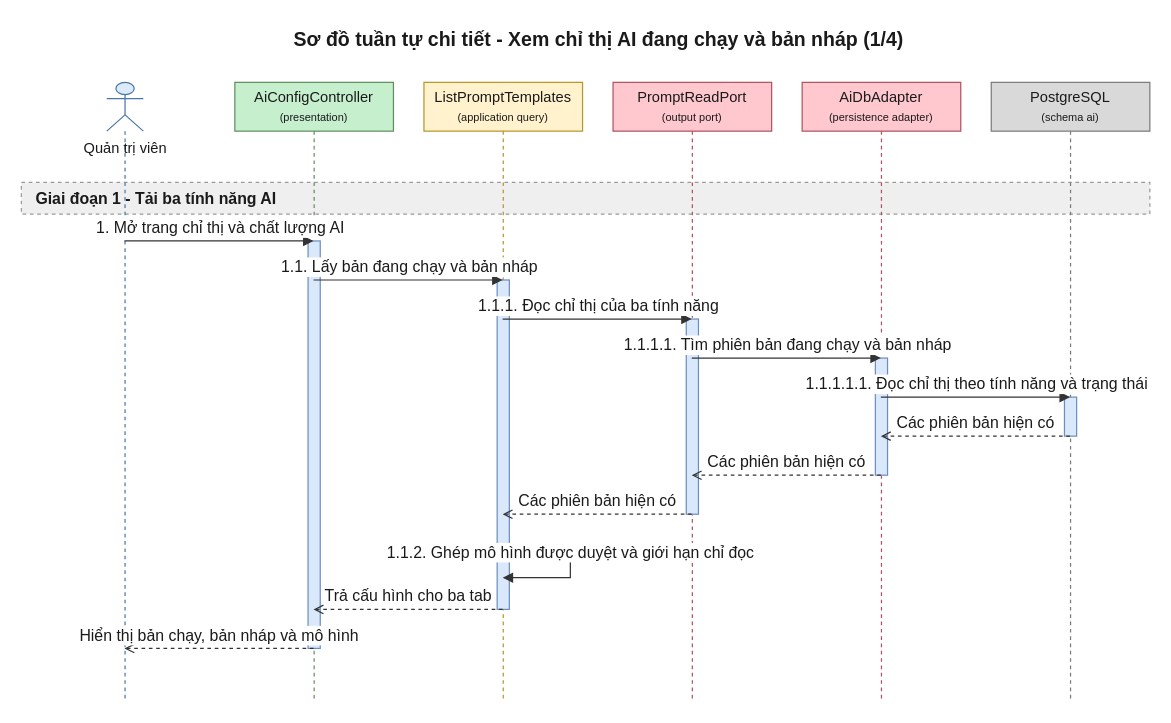
Earlier version of the draw.io diagram 08-diagram/sequence/admin/sequence_admin_cau_hinh_prompt_ai_p1.drawio (daiphu1801/PRJ_ALGOPREP). Source tidied: cells renumbered, new cells numbered last; positions are measured from the earlier drawing's top-left corner, leaving out a move shared by most shapes. Both pictures are drawn from the tidied source at 122%, with x=0, y=0 at pixel (21, 21).
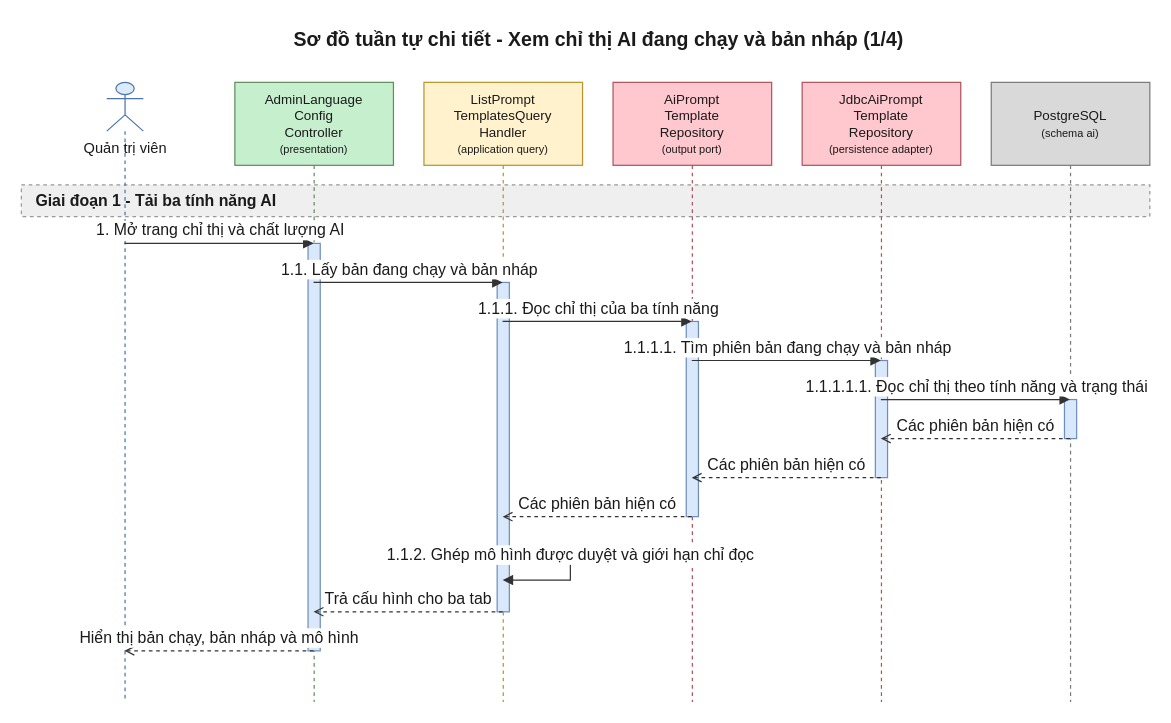
The same page after the edit.

Diff of the diagram source:
```diff
@@
     <mxCell id="3" value="Giai đoạn 1 - Tải ba tính năng AI" style="algoprep=phase;rounded=0;whiteSpace=wrap;html=1;fillColor=#EFEFEF;strokeColor=#999999;dashed=1;align=left;verticalAlign=middle;spacingLeft=10;fontColor=#1A1A1A;fontSize=13;fontStyle=1;" parent="1" vertex="1">
-      <mxGeometry y="132" width="925" height="26" as="geometry" />
+      <mxGeometry y="134" width="925" height="26" as="geometry" />
     </mxCell>
     <mxCell id="4" value="Quản trị viên" style="shape=umlLifeline;participant=umlActor;perimeter=lifelinePerimeter;html=1;outlineConnect=0;size=40;verticalAlign=top;spacingTop=40;fillColor=#DCEBFC;strokeColor=#4A76A8;fontColor=#1A1A1A;" parent="1" vertex="1">
-      <mxGeometry x="70" y="50" width="30" height="506" as="geometry" />
+      <mxGeometry x="70" y="50" width="30" height="508" as="geometry" />
     </mxCell>
-    <mxCell id="5" value="AiConfigController&lt;br&gt;&lt;font style=&quot;font-size:9px&quot;&gt;(presentation)&lt;/font&gt;" style="shape=umlLifeline;perimeter=lifelinePerimeter;whiteSpace=wrap;html=1;outlineConnect=0;size=40;fillColor=#C6EFCE;strokeColor=#5E8E5E;fontColor=#1A1A1A;" parent="1" vertex="1">
-      <mxGeometry x="175" y="50" width="130" height="506" as="geometry" />
+    <mxCell id="5" value="AdminLanguage&lt;br&gt;Config&lt;br&gt;Controller&lt;br&gt;&lt;font style=&quot;font-size:9px&quot;&gt;(presentation)&lt;/font&gt;" style="shape=umlLifeline;perimeter=lifelinePerimeter;whiteSpace=wrap;html=1;outlineConnect=0;size=68;fontSize=11;fillColor=#C6EFCE;strokeColor=#5E8E5E;fontColor=#1A1A1A;" parent="1" vertex="1">
+      <mxGeometry x="175" y="50" width="130" height="508" as="geometry" />
     </mxCell>
-    <mxCell id="6" value="ListPromptTemplates&lt;br&gt;&lt;font style=&quot;font-size:9px&quot;&gt;(application query)&lt;/font&gt;" style="shape=umlLifeline;perimeter=lifelinePerimeter;whiteSpace=wrap;html=1;outlineConnect=0;size=40;fillColor=#FFF2CC;strokeColor=#B8952A;fontColor=#1A1A1A;" parent="1" vertex="1">
-      <mxGeometry x="330" y="50" width="130" height="506" as="geometry" />
+    <mxCell id="6" value="ListPrompt&lt;br&gt;TemplatesQuery&lt;br&gt;Handler&lt;br&gt;&lt;font style=&quot;font-size:9px&quot;&gt;(application query)&lt;/font&gt;" style="shape=umlLifeline;perimeter=lifelinePerimeter;whiteSpace=wrap;html=1;outlineConnect=0;size=68;fontSize=11;fillColor=#FFF2CC;strokeColor=#B8952A;fontColor=#1A1A1A;" parent="1" vertex="1">
+      <mxGeometry x="330" y="50" width="130" height="508" as="geometry" />
     </mxCell>
-    <mxCell id="7" value="PromptReadPort&lt;br&gt;&lt;font style=&quot;font-size:9px&quot;&gt;(output port)&lt;/font&gt;" style="shape=umlLifeline;perimeter=lifelinePerimeter;whiteSpace=wrap;html=1;outlineConnect=0;size=40;fillColor=#FFC7CE;strokeColor=#B0525E;fontColor=#1A1A1A;" parent="1" vertex="1">
-      <mxGeometry x="485" y="50" width="130" height="506" as="geometry" />
+    <mxCell id="7" value="AiPrompt&lt;br&gt;Template&lt;br&gt;Repository&lt;br&gt;&lt;font style=&quot;font-size:9px&quot;&gt;(output port)&lt;/font&gt;" style="shape=umlLifeline;perimeter=lifelinePerimeter;whiteSpace=wrap;html=1;outlineConnect=0;size=68;fontSize=11;fillColor=#FFC7CE;strokeColor=#B0525E;fontColor=#1A1A1A;" parent="1" vertex="1">
+      <mxGeometry x="485" y="50" width="130" height="508" as="geometry" />
     </mxCell>
-    <mxCell id="8" value="AiDbAdapter&lt;br&gt;&lt;font style=&quot;font-size:9px&quot;&gt;(persistence adapter)&lt;/font&gt;" style="shape=umlLifeline;perimeter=lifelinePerimeter;whiteSpace=wrap;html=1;outlineConnect=0;size=40;fillColor=#FFC7CE;strokeColor=#B0525E;fontColor=#1A1A1A;" parent="1" vertex="1">
-      <mxGeometry x="640" y="50" width="130" height="506" as="geometry" />
+    <mxCell id="8" value="JdbcAiPrompt&lt;br&gt;Template&lt;br&gt;Repository&lt;br&gt;&lt;font style=&quot;font-size:9px&quot;&gt;(persistence adapter)&lt;/font&gt;" style="shape=umlLifeline;perimeter=lifelinePerimeter;whiteSpace=wrap;html=1;outlineConnect=0;size=68;fontSize=11;fillColor=#FFC7CE;strokeColor=#B0525E;fontColor=#1A1A1A;" parent="1" vertex="1">
+      <mxGeometry x="640" y="50" width="130" height="508" as="geometry" />
     </mxCell>
-    <mxCell id="9" value="PostgreSQL&lt;br&gt;&lt;font style=&quot;font-size:9px&quot;&gt;(schema ai)&lt;/font&gt;" style="shape=umlLifeline;perimeter=lifelinePerimeter;whiteSpace=wrap;html=1;outlineConnect=0;size=40;fillColor=#D9D9D9;strokeColor=#7A7A7A;fontColor=#1A1A1A;" parent="1" vertex="1">
-      <mxGeometry x="795" y="50" width="130" height="506" as="geometry" />
+    <mxCell id="9" value="PostgreSQL&lt;br&gt;&lt;font style=&quot;font-size:9px&quot;&gt;(schema ai)&lt;/font&gt;" style="shape=umlLifeline;perimeter=lifelinePerimeter;whiteSpace=wrap;html=1;outlineConnect=0;size=68;fontSize=11;fillColor=#D9D9D9;strokeColor=#7A7A7A;fontColor=#1A1A1A;" parent="1" vertex="1">
+      <mxGeometry x="795" y="50" width="130" height="508" as="geometry" />
     </mxCell>
     <mxCell id="10" style="html=1;perimeter=orthogonalPerimeter;targetShapes=umlLifeline;fillColor=#DAE8FC;strokeColor=#6C8EBF;" parent="9" vertex="1">
-      <mxGeometry x="60" y="258" width="10" height="32" as="geometry" />
+      <mxGeometry x="60" y="260" width="10" height="32" as="geometry" />
     </mxCell>
     <mxCell id="11" style="html=1;perimeter=orthogonalPerimeter;targetShapes=umlLifeline;fillColor=#DAE8FC;strokeColor=#6C8EBF;" parent="8" vertex="1">
-      <mxGeometry x="60" y="226" width="10" height="96" as="geometry" />
+      <mxGeometry x="60" y="228" width="10" height="96" as="geometry" />
     </mxCell>
     <mxCell id="12" style="html=1;perimeter=orthogonalPerimeter;targetShapes=umlLifeline;fillColor=#DAE8FC;strokeColor=#6C8EBF;" parent="7" vertex="1">
-      <mxGeometry x="60" y="194" width="10" height="160" as="geometry" />
+      <mxGeometry x="60" y="196" width="10" height="160" as="geometry" />
     </mxCell>
     <mxCell id="13" style="html=1;perimeter=orthogonalPerimeter;targetShapes=umlLifeline;fillColor=#DAE8FC;strokeColor=#6C8EBF;" parent="6" vertex="1">
-      <mxGeometry x="60" y="162" width="10" height="270" as="geometry" />
+      <mxGeometry x="60" y="164" width="10" height="270" as="geometry" />
     </mxCell>
     <mxCell id="14" style="html=1;perimeter=orthogonalPerimeter;targetShapes=umlLifeline;fillColor=#DAE8FC;strokeColor=#6C8EBF;" parent="5" vertex="1">
-      <mxGeometry x="60" y="130" width="10" height="334" as="geometry" />
+      <mxGeometry x="60" y="132" width="10" height="334" as="geometry" />
     </mxCell>
-    <mxCell id="15" value="1. Mở trang chỉ thị và chất lượng AI" style="edgeStyle=none;html=1;endArrow=block;endFill=1;strokeColor=#333333;fontColor=#1A1A1A;fontSize=13;verticalAlign=bottom;exitX=0.5;exitY=0.2569;exitDx=0;exitDy=0;entryX=0.5;entryY=0.2569;entryDx=0;entryDy=0;" parent="1" edge="1" source="4" target="5">
+    <mxCell id="15" value="1. Mở trang chỉ thị và chất lượng AI" style="edgeStyle=none;html=1;endArrow=block;endFill=1;strokeColor=#333333;fontColor=#1A1A1A;fontSize=13;verticalAlign=bottom;exitX=0.5;exitY=0.2598;exitDx=0;exitDy=0;entryX=0.5;entryY=0.2598;entryDx=0;entryDy=0;" parent="1" edge="1" source="4" target="5">
       <mxGeometry relative="1" as="geometry" />
     </mxCell>
-    <mxCell id="16" value="1.1. Lấy bản đang chạy và bản nháp" style="edgeStyle=none;html=1;endArrow=block;endFill=1;strokeColor=#333333;fontColor=#1A1A1A;fontSize=13;verticalAlign=bottom;exitX=0.5;exitY=0.3202;exitDx=0;exitDy=0;entryX=0.5;entryY=0.3202;entryDx=0;entryDy=0;" parent="1" edge="1" source="5" target="6">
+    <mxCell id="16" value="1.1. Lấy bản đang chạy và bản nháp" style="edgeStyle=none;html=1;endArrow=block;endFill=1;strokeColor=#333333;fontColor=#1A1A1A;fontSize=13;verticalAlign=bottom;exitX=0.5;exitY=0.3228;exitDx=0;exitDy=0;entryX=0.5;entryY=0.3228;entryDx=0;entryDy=0;" parent="1" edge="1" source="5" target="6">
       <mxGeometry relative="1" as="geometry" />
     </mxCell>
-    <mxCell id="17" value="1.1.1. Đọc chỉ thị của ba tính năng" style="edgeStyle=none;html=1;endArrow=block;endFill=1;strokeColor=#333333;fontColor=#1A1A1A;fontSize=13;verticalAlign=bottom;exitX=0.5;exitY=0.3834;exitDx=0;exitDy=0;entryX=0.5;entryY=0.3834;entryDx=0;entryDy=0;" parent="1" edge="1" source="6" target="7">
+    <mxCell id="17" value="1.1.1. Đọc chỉ thị của ba tính năng" style="edgeStyle=none;html=1;endArrow=block;endFill=1;strokeColor=#333333;fontColor=#1A1A1A;fontSize=13;verticalAlign=bottom;exitX=0.5;exitY=0.3858;exitDx=0;exitDy=0;entryX=0.5;entryY=0.3858;entryDx=0;entryDy=0;" parent="1" edge="1" source="6" target="7">
       <mxGeometry relative="1" as="geometry" />
     </mxCell>
-    <mxCell id="18" value="1.1.1.1. Tìm phiên bản đang chạy và bản nháp" style="edgeStyle=none;html=1;endArrow=block;endFill=1;strokeColor=#333333;fontColor=#1A1A1A;fontSize=13;verticalAlign=bottom;exitX=0.5;exitY=0.4466;exitDx=0;exitDy=0;entryX=0.5;entryY=0.4466;entryDx=0;entryDy=0;" parent="1" edge="1" source="7" target="8">
+    <mxCell id="18" value="1.1.1.1. Tìm phiên bản đang chạy và bản nháp" style="edgeStyle=none;html=1;endArrow=block;endFill=1;strokeColor=#333333;fontColor=#1A1A1A;fontSize=13;verticalAlign=bottom;exitX=0.5;exitY=0.4488;exitDx=0;exitDy=0;entryX=0.5;entryY=0.4488;entryDx=0;entryDy=0;" parent="1" edge="1" source="7" target="8">
       <mxGeometry relative="1" as="geometry" />
     </mxCell>
-    <mxCell id="19" value="1.1.1.1.1. Đọc chỉ thị theo tính năng và trạng thái" style="edgeStyle=none;html=1;endArrow=block;endFill=1;strokeColor=#333333;fontColor=#1A1A1A;fontSize=13;verticalAlign=bottom;exitX=0.5;exitY=0.5099;exitDx=0;exitDy=0;entryX=0.5;entryY=0.5099;entryDx=0;entryDy=0;" parent="1" edge="1" source="8" target="9">
+    <mxCell id="19" value="1.1.1.1.1. Đọc chỉ thị theo tính năng và trạng thái" style="edgeStyle=none;html=1;endArrow=block;endFill=1;strokeColor=#333333;fontColor=#1A1A1A;fontSize=13;verticalAlign=bottom;exitX=0.5;exitY=0.5118;exitDx=0;exitDy=0;entryX=0.5;entryY=0.5118;entryDx=0;entryDy=0;" parent="1" edge="1" source="8" target="9">
       <mxGeometry relative="1" as="geometry" />
     </mxCell>
-    <mxCell id="20" value="Các phiên bản hiện có" style="edgeStyle=none;html=1;endArrow=open;endFill=0;dashed=1;strokeColor=#333333;fontColor=#1A1A1A;fontSize=13;verticalAlign=bottom;exitX=0.5;exitY=0.5731;exitDx=0;exitDy=0;entryX=0.5;entryY=0.5731;entryDx=0;entryDy=0;" parent="1" edge="1" source="9" target="8">
+    <mxCell id="20" value="Các phiên bản hiện có" style="edgeStyle=none;html=1;endArrow=open;endFill=0;dashed=1;strokeColor=#333333;fontColor=#1A1A1A;fontSize=13;verticalAlign=bottom;exitX=0.5;exitY=0.5748;exitDx=0;exitDy=0;entryX=0.5;entryY=0.5748;entryDx=0;entryDy=0;" parent="1" edge="1" source="9" target="8">
       <mxGeometry relative="1" as="geometry" />
     </mxCell>
-    <mxCell id="21" value="Các phiên bản hiện có" style="edgeStyle=none;html=1;endArrow=open;endFill=0;dashed=1;strokeColor=#333333;fontColor=#1A1A1A;fontSize=13;verticalAlign=bottom;exitX=0.5;exitY=0.6364;exitDx=0;exitDy=0;entryX=0.5;entryY=0.6364;entryDx=0;entryDy=0;" parent="1" edge="1" source="8" target="7">
+    <mxCell id="21" value="Các phiên bản hiện có" style="edgeStyle=none;html=1;endArrow=open;endFill=0;dashed=1;strokeColor=#333333;fontColor=#1A1A1A;fontSize=13;verticalAlign=bottom;exitX=0.5;exitY=0.6378;exitDx=0;exitDy=0;entryX=0.5;entryY=0.6378;entryDx=0;entryDy=0;" parent="1" edge="1" source="8" target="7">
       <mxGeometry relative="1" as="geometry" />
     </mxCell>
-    <mxCell id="22" value="Các phiên bản hiện có" style="edgeStyle=none;html=1;endArrow=open;endFill=0;dashed=1;strokeColor=#333333;fontColor=#1A1A1A;fontSize=13;verticalAlign=bottom;exitX=0.5;exitY=0.6996;exitDx=0;exitDy=0;entryX=0.5;entryY=0.6996;entryDx=0;entryDy=0;" parent="1" edge="1" source="7" target="6">
+    <mxCell id="22" value="Các phiên bản hiện có" style="edgeStyle=none;html=1;endArrow=open;endFill=0;dashed=1;strokeColor=#333333;fontColor=#1A1A1A;fontSize=13;verticalAlign=bottom;exitX=0.5;exitY=0.7008;exitDx=0;exitDy=0;entryX=0.5;entryY=0.7008;entryDx=0;entryDy=0;" parent="1" edge="1" source="7" target="6">
       <mxGeometry relative="1" as="geometry" />
     </mxCell>
-    <mxCell id="23" value="1.1.2. Ghép mô hình được duyệt và giới hạn chỉ đọc" style="edgeStyle=orthogonalEdgeStyle;rounded=0;html=1;endArrow=block;endFill=1;strokeColor=#333333;fontColor=#1A1A1A;fontSize=13;verticalAlign=bottom;exitX=0.5;exitY=0.7628;exitDx=0;exitDy=0;entryX=0.5;entryY=0.8024;entryDx=0;entryDy=0;" parent="1" edge="1" source="6" target="6">
+    <mxCell id="23" value="1.1.2. Ghép mô hình được duyệt và giới hạn chỉ đọc" style="edgeStyle=orthogonalEdgeStyle;rounded=0;html=1;endArrow=block;endFill=1;strokeColor=#333333;fontColor=#1A1A1A;fontSize=13;verticalAlign=bottom;exitX=0.5;exitY=0.7638;exitDx=0;exitDy=0;entryX=0.5;entryY=0.8031;entryDx=0;entryDy=0;" parent="1" edge="1" source="6" target="6">
       <mxGeometry relative="1" as="geometry">
         <Array as="points">
-          <mxPoint x="450" y="436" />
-          <mxPoint x="450" y="456" />
+          <mxPoint x="450" y="438" />
+          <mxPoint x="450" y="458" />
         </Array>
       </mxGeometry>
     </mxCell>
-    <mxCell id="24" value="Trả cấu hình cho ba tab" style="edgeStyle=none;html=1;endArrow=open;endFill=0;dashed=1;strokeColor=#333333;fontColor=#1A1A1A;fontSize=13;verticalAlign=bottom;exitX=0.5;exitY=0.8538;exitDx=0;exitDy=0;entryX=0.5;entryY=0.8538;entryDx=0;entryDy=0;" parent="1" edge="1" source="6" target="5">
+    <mxCell id="24" value="Trả cấu hình cho ba tab" style="edgeStyle=none;html=1;endArrow=open;endFill=0;dashed=1;strokeColor=#333333;fontColor=#1A1A1A;fontSize=13;verticalAlign=bottom;exitX=0.5;exitY=0.8543;exitDx=0;exitDy=0;entryX=0.5;entryY=0.8543;entryDx=0;entryDy=0;" parent="1" edge="1" source="6" target="5">
       <mxGeometry relative="1" as="geometry" />
     </mxCell>
-    <mxCell id="25" value="Hiển thị bản chạy, bản nháp và mô hình" style="edgeStyle=none;html=1;endArrow=open;endFill=0;dashed=1;strokeColor=#333333;fontColor=#1A1A1A;fontSize=13;verticalAlign=bottom;exitX=0.5;exitY=0.9170;exitDx=0;exitDy=0;entryX=0.5;entryY=0.9170;entryDx=0;entryDy=0;" parent="1" edge="1" source="5" target="4">
+    <mxCell id="25" value="Hiển thị bản chạy, bản nháp và mô hình" style="edgeStyle=none;html=1;endArrow=open;endFill=0;dashed=1;strokeColor=#333333;fontColor=#1A1A1A;fontSize=13;verticalAlign=bottom;exitX=0.5;exitY=0.9173;exitDx=0;exitDy=0;entryX=0.5;entryY=0.9173;entryDx=0;entryDy=0;" parent="1" edge="1" source="5" target="4">
       <mxGeometry relative="1" as="geometry" />
     </mxCell>
```
